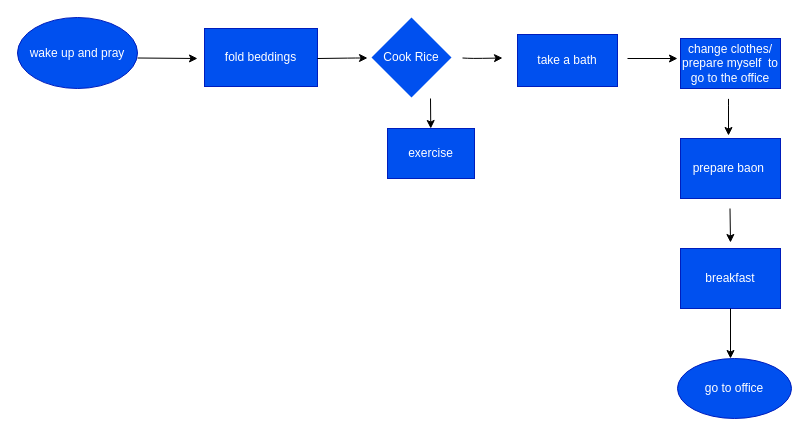
Earlier version of the draw.io diagram Untitled Diagram.drawio (AlegadoJ/AlegadoJ). Source tidied: cells renumbered, new cells numbered last; positions are measured from the earlier drawing's top-left corner, leaving out a move shared by most shapes. Both pictures are drawn from the tidied source at 100%, with x=0, y=0 at pixel (17, 17).
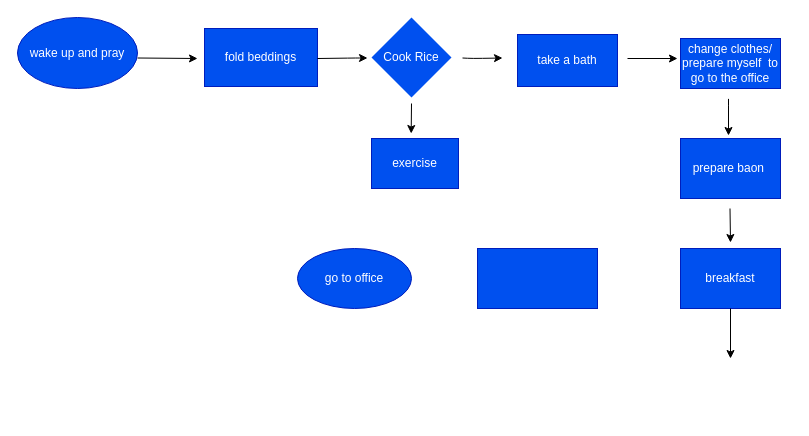
The same diagram, later.

Diff of the diagram source:
```diff
@@
-    <mxCell id="4" style="endArrow=classic;html=1;" parent="1" edge="1" target="5">
+    <mxCell id="4" style="endArrow=classic;html=1;" parent="1" edge="1">
       <mxGeometry relative="1" as="geometry">
-        <mxPoint x="413" y="81" as="sourcePoint" />
+        <mxPoint x="394" y="86" as="sourcePoint" />
+        <mxPoint x="393.7" y="116" as="targetPoint" />
       </mxGeometry>
     </mxCell>
     <mxCell id="5" value="exercise" style="rounded=0;whiteSpace=wrap;html=1;fillColor=#0050ef;fontColor=#ffffff;strokeColor=#001DBC;" parent="1" vertex="1">
-      <mxGeometry x="370" y="111" width="87" height="50" as="geometry" />
+      <mxGeometry x="354" y="121" width="87" height="50" as="geometry" />
     </mxCell>
@@
     <mxCell id="18" value="go to office" style="ellipse;whiteSpace=wrap;html=1;fontColor=#ffffff;fillColor=#0050EF;strokeColor=#001DBC;" parent="1" vertex="1">
-      <mxGeometry x="660" y="341" width="114" height="60" as="geometry" />
+      <mxGeometry x="280" y="231" width="114" height="60" as="geometry" />
     </mxCell>
+    <mxCell id="19" style="rounded=0;whiteSpace=wrap;html=1;strokeColor=#001DBC;fillColor=#0050EF;" parent="1" vertex="1">
+      <mxGeometry x="460" y="231" width="120" height="60" as="geometry" />
+    </mxCell>
```
